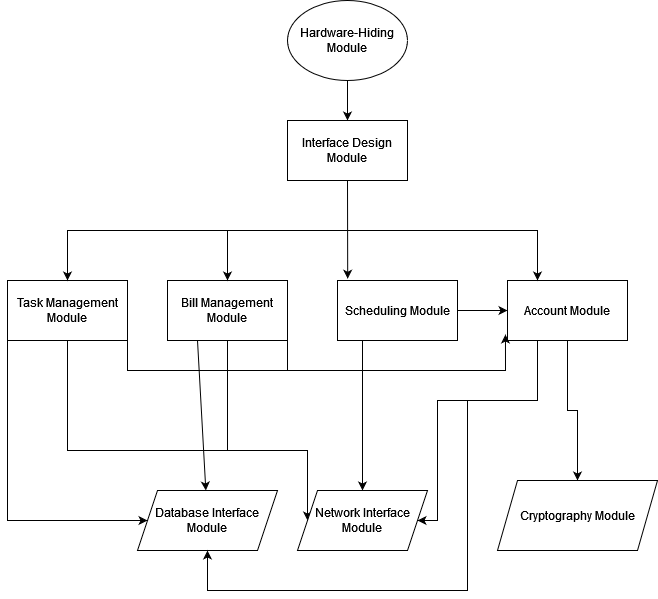
The draw.io diagram docs/Design/SoftArchitecture/UsesHierarchy.png in DangJustin/CapstoneProject, before a commit. Source tidied: cells renumbered, new cells last; positions are measured from the earlier drawing's top-left corner, leaving out a move shared by most shapes. The source it was exported from:
```xml
<mxGraphModel>
  <root>
    <mxCell id="0" />
    <mxCell id="1" parent="0" />
    <mxCell id="2" style="edgeStyle=orthogonalEdgeStyle;rounded=0;jettySize=auto;html=1;exitX=0.5;exitY=1;exitDx=0;exitDy=0;" parent="1" edge="1" source="3" target="16">
      <mxGeometry relative="1" as="geometry" />
    </mxCell>
    <mxCell id="3" value="Hardware-Hiding Module" style="ellipse;whiteSpace=wrap;html=1;" parent="1" vertex="1">
      <mxGeometry x="280" width="120" height="80" as="geometry" />
    </mxCell>
    <mxCell id="4" style="edgeStyle=orthogonalEdgeStyle;rounded=0;jettySize=auto;html=1;exitX=1;exitY=1;exitDx=0;exitDy=0;endArrow=none;endFill=0;" parent="1" edge="1" source="5">
      <mxGeometry relative="1" as="geometry">
        <mxPoint x="280" y="370" as="targetPoint" />
        <Array as="points">
          <mxPoint x="120" y="370" />
        </Array>
      </mxGeometry>
    </mxCell>
    <mxCell id="5" value="Task Management Module" style="rounded=0;whiteSpace=wrap;html=1;" parent="1" vertex="1">
      <mxGeometry y="280" width="120" height="60" as="geometry" />
    </mxCell>
    <mxCell id="6" style="edgeStyle=orthogonalEdgeStyle;rounded=0;jettySize=auto;html=1;exitX=0.5;exitY=1;exitDx=0;exitDy=0;entryX=0;entryY=0.5;entryDx=0;entryDy=0;" parent="1" edge="1" source="7" target="21">
      <mxGeometry relative="1" as="geometry">
        <Array as="points">
          <mxPoint x="220" y="450" />
        </Array>
      </mxGeometry>
    </mxCell>
    <mxCell id="7" value="Bill Management Module" style="rounded=0;whiteSpace=wrap;html=1;" parent="1" vertex="1">
      <mxGeometry x="160" y="280" width="120" height="60" as="geometry" />
    </mxCell>
    <mxCell id="8" style="edgeStyle=orthogonalEdgeStyle;rounded=0;jettySize=auto;html=1;exitX=1;exitY=0.5;exitDx=0;exitDy=0;" parent="1" edge="1" source="10" target="13">
      <mxGeometry relative="1" as="geometry" />
    </mxCell>
    <mxCell id="9" style="edgeStyle=orthogonalEdgeStyle;rounded=0;jettySize=auto;html=1;exitX=0.25;exitY=1;exitDx=0;exitDy=0;entryX=0.5;entryY=0;entryDx=0;entryDy=0;" parent="1" edge="1" source="10" target="21">
      <mxGeometry relative="1" as="geometry">
        <Array as="points">
          <mxPoint x="355" y="340" />
        </Array>
      </mxGeometry>
    </mxCell>
    <mxCell id="10" value="Scheduling Module" style="rounded=0;whiteSpace=wrap;html=1;" parent="1" vertex="1">
      <mxGeometry x="330" y="280" width="120" height="60" as="geometry" />
    </mxCell>
    <mxCell id="11" style="edgeStyle=orthogonalEdgeStyle;rounded=0;jettySize=auto;html=1;exitX=0.5;exitY=1;exitDx=0;exitDy=0;" parent="1" edge="1" source="13" target="14">
      <mxGeometry relative="1" as="geometry" />
    </mxCell>
    <mxCell id="12" style="edgeStyle=orthogonalEdgeStyle;rounded=0;jettySize=auto;html=1;exitX=0.25;exitY=1;exitDx=0;exitDy=0;entryX=1;entryY=0.5;entryDx=0;entryDy=0;" parent="1" edge="1" source="13" target="21">
      <mxGeometry relative="1" as="geometry">
        <Array as="points">
          <mxPoint x="530" y="400" />
          <mxPoint x="430" y="400" />
          <mxPoint x="430" y="520" />
        </Array>
      </mxGeometry>
    </mxCell>
    <mxCell id="13" value="Account Module" style="rounded=0;whiteSpace=wrap;html=1;" parent="1" vertex="1">
      <mxGeometry x="500" y="280" width="120" height="60" as="geometry" />
    </mxCell>
    <mxCell id="14" value="Cryptography Module" style="shape=parallelogram;perimeter=parallelogramPerimeter;whiteSpace=wrap;html=1;fixedSize=1;" parent="1" vertex="1">
      <mxGeometry x="490" y="480" width="160" height="70" as="geometry" />
    </mxCell>
    <mxCell id="15" style="edgeStyle=orthogonalEdgeStyle;rounded=0;jettySize=auto;html=1;exitX=1;exitY=0.5;exitDx=0;exitDy=0;entryX=-0.017;entryY=0.9;entryDx=0;entryDy=0;entryPerimeter=0;" parent="1" edge="1" source="7" target="13">
      <mxGeometry relative="1" as="geometry">
        <Array as="points">
          <mxPoint x="280" y="370" />
          <mxPoint x="498" y="370" />
        </Array>
      </mxGeometry>
    </mxCell>
    <mxCell id="16" value="Interface Design Module" style="rounded=0;whiteSpace=wrap;html=1;" parent="1" vertex="1">
      <mxGeometry x="280" y="120" width="120" height="60" as="geometry" />
    </mxCell>
    <mxCell id="17" style="endArrow=classic;html=1;rounded=0;exitX=0.5;exitY=1;exitDx=0;exitDy=0;entryX=0.085;entryY=-0.029;entryDx=0;entryDy=0;entryPerimeter=0;" parent="1" edge="1" source="16" target="10">
      <mxGeometry relative="1" as="geometry" />
    </mxCell>
    <mxCell id="18" style="endArrow=classic;html=1;rounded=0;entryX=0.5;entryY=0;entryDx=0;entryDy=0;" parent="1" edge="1" target="7">
      <mxGeometry relative="1" as="geometry">
        <mxPoint x="220" y="230" as="sourcePoint" />
      </mxGeometry>
    </mxCell>
    <mxCell id="19" style="endArrow=classic;html=1;rounded=0;entryX=0.5;entryY=0;entryDx=0;entryDy=0;" parent="1" edge="1" target="5">
      <mxGeometry relative="1" as="geometry">
        <mxPoint x="340" y="230" as="sourcePoint" />
        <Array as="points">
          <mxPoint x="60" y="230" />
        </Array>
      </mxGeometry>
    </mxCell>
    <mxCell id="20" style="endArrow=classic;html=1;rounded=0;entryX=0.25;entryY=0;entryDx=0;entryDy=0;" parent="1" edge="1" target="13">
      <mxGeometry relative="1" as="geometry">
        <mxPoint x="340" y="230" as="sourcePoint" />
        <Array as="points">
          <mxPoint x="530" y="230" />
        </Array>
      </mxGeometry>
    </mxCell>
    <mxCell id="21" value="Network Interface Module" style="shape=parallelogram;perimeter=parallelogramPerimeter;whiteSpace=wrap;html=1;fixedSize=1;" parent="1" vertex="1">
      <mxGeometry x="290" y="490" width="130" height="60" as="geometry" />
    </mxCell>
    <mxCell id="22" style="endArrow=none;html=1;rounded=0;exitX=0.5;exitY=1;exitDx=0;exitDy=0;" parent="1" edge="1" source="5">
      <mxGeometry relative="1" as="geometry">
        <mxPoint x="220" y="450" as="targetPoint" />
        <Array as="points">
          <mxPoint x="60" y="450" />
        </Array>
      </mxGeometry>
    </mxCell>
    <mxCell id="23" value="Database Interface Module" style="shape=parallelogram;perimeter=parallelogramPerimeter;whiteSpace=wrap;html=1;fixedSize=1;" parent="1" vertex="1">
      <mxGeometry x="130" y="490" width="140" height="60" as="geometry" />
    </mxCell>
    <mxCell id="24" style="endArrow=classic;html=1;rounded=0;entryX=0.5;entryY=1;entryDx=0;entryDy=0;" parent="1" edge="1" target="23">
      <mxGeometry relative="1" as="geometry">
        <mxPoint x="460" y="400" as="sourcePoint" />
        <Array as="points">
          <mxPoint x="460" y="590" />
          <mxPoint x="200" y="590" />
        </Array>
      </mxGeometry>
    </mxCell>
    <mxCell id="25" style="endArrow=classic;html=1;rounded=0;exitX=0;exitY=1;exitDx=0;exitDy=0;entryX=0;entryY=0.5;entryDx=0;entryDy=0;" parent="1" edge="1" source="5" target="23">
      <mxGeometry relative="1" as="geometry">
        <Array as="points">
          <mxPoint y="520" />
        </Array>
      </mxGeometry>
    </mxCell>
    <mxCell id="26" style="endArrow=classic;html=1;rounded=0;exitX=0.25;exitY=1;exitDx=0;exitDy=0;" parent="1" edge="1" source="7" target="23">
      <mxGeometry relative="1" as="geometry" />
    </mxCell>
  </root>
</mxGraphModel>
```
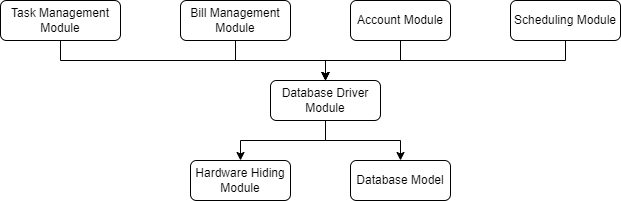
The same diagram one commit later.

The edit, as a diff of the source:
```diff
@@ -2,131 +2,54 @@
   <root>
     <mxCell id="0" />
     <mxCell id="1" parent="0" />
-    <mxCell id="2" style="edgeStyle=orthogonalEdgeStyle;rounded=0;jettySize=auto;html=1;exitX=0.5;exitY=1;exitDx=0;exitDy=0;" parent="1" edge="1" source="3" target="16">
-      <mxGeometry relative="1" as="geometry" />
-    </mxCell>
-    <mxCell id="3" value="Hardware-Hiding Module" style="ellipse;whiteSpace=wrap;html=1;" parent="1" vertex="1">
-      <mxGeometry x="280" width="120" height="80" as="geometry" />
-    </mxCell>
-    <mxCell id="4" style="edgeStyle=orthogonalEdgeStyle;rounded=0;jettySize=auto;html=1;exitX=1;exitY=1;exitDx=0;exitDy=0;endArrow=none;endFill=0;" parent="1" edge="1" source="5">
-      <mxGeometry relative="1" as="geometry">
-        <mxPoint x="280" y="370" as="targetPoint" />
-        <Array as="points">
-          <mxPoint x="120" y="370" />
-        </Array>
-      </mxGeometry>
-    </mxCell>
+    <mxCell id="27" value="Hardware Hiding Module" style="rounded=1;whiteSpace=wrap;html=1;" parent="1" vertex="1">
+      <mxGeometry x="380" y="150" width="100" height="40" as="geometry" />
+    </mxCell>
+    <mxCell id="28" style="edgeStyle=orthogonalEdgeStyle;rounded=0;jettySize=auto;html=1;" parent="1" edge="1" source="13" target="34">
+      <mxGeometry relative="1" as="geometry" />
+    </mxCell>
+    <mxCell id="13" value="Account Module" style="rounded=1;whiteSpace=wrap;html=1;" parent="1" vertex="1">
+      <mxGeometry x="540" y="-10" width="100" height="40" as="geometry" />
+    </mxCell>
+    <mxCell id="29" style="edgeStyle=orthogonalEdgeStyle;rounded=0;jettySize=auto;html=1;" parent="1" edge="1" source="5" target="34">
+      <mxGeometry relative="1" as="geometry">
+        <Array as="points">
+          <mxPoint x="250" y="50" />
+          <mxPoint x="515" y="50" />
+        </Array>
+      </mxGeometry>
+    </mxCell>
-    <mxCell id="5" value="Task Management Module" style="rounded=0;whiteSpace=wrap;html=1;" parent="1" vertex="1">
-      <mxGeometry y="280" width="120" height="60" as="geometry" />
+    <mxCell id="5" value="Task Management Module" style="rounded=1;whiteSpace=wrap;html=1;" parent="1" vertex="1">
+      <mxGeometry x="190" y="-10" width="120" height="40" as="geometry" />
     </mxCell>
-    <mxCell id="6" style="edgeStyle=orthogonalEdgeStyle;rounded=0;jettySize=auto;html=1;exitX=0.5;exitY=1;exitDx=0;exitDy=0;entryX=0;entryY=0.5;entryDx=0;entryDy=0;" parent="1" edge="1" source="7" target="21">
-      <mxGeometry relative="1" as="geometry">
-        <Array as="points">
-          <mxPoint x="220" y="450" />
-        </Array>
-      </mxGeometry>
-    </mxCell>
+    <mxCell id="30" style="edgeStyle=orthogonalEdgeStyle;rounded=0;jettySize=auto;html=1;exitX=0.5;exitY=1;exitDx=0;exitDy=0;entryX=0.5;entryY=0;entryDx=0;entryDy=0;" parent="1" edge="1" source="7" target="34">
+      <mxGeometry relative="1" as="geometry" />
+    </mxCell>
-    <mxCell id="7" value="Bill Management Module" style="rounded=0;whiteSpace=wrap;html=1;" parent="1" vertex="1">
-      <mxGeometry x="160" y="280" width="120" height="60" as="geometry" />
+    <mxCell id="7" value="Bill Management Module" style="rounded=1;whiteSpace=wrap;html=1;" parent="1" vertex="1">
+      <mxGeometry x="370" y="-10" width="110" height="40" as="geometry" />
     </mxCell>
-    <mxCell id="8" style="edgeStyle=orthogonalEdgeStyle;rounded=0;jettySize=auto;html=1;exitX=1;exitY=0.5;exitDx=0;exitDy=0;" parent="1" edge="1" source="10" target="13">
-      <mxGeometry relative="1" as="geometry" />
-    </mxCell>
-    <mxCell id="9" style="edgeStyle=orthogonalEdgeStyle;rounded=0;jettySize=auto;html=1;exitX=0.25;exitY=1;exitDx=0;exitDy=0;entryX=0.5;entryY=0;entryDx=0;entryDy=0;" parent="1" edge="1" source="10" target="21">
-      <mxGeometry relative="1" as="geometry">
-        <Array as="points">
-          <mxPoint x="355" y="340" />
-        </Array>
-      </mxGeometry>
-    </mxCell>
+    <mxCell id="31" style="edgeStyle=orthogonalEdgeStyle;rounded=0;jettySize=auto;html=1;" parent="1" edge="1" source="10" target="34">
+      <mxGeometry relative="1" as="geometry">
+        <Array as="points">
+          <mxPoint x="755" y="50" />
+          <mxPoint x="515" y="50" />
+        </Array>
+      </mxGeometry>
+    </mxCell>
-    <mxCell id="10" value="Scheduling Module" style="rounded=0;whiteSpace=wrap;html=1;" parent="1" vertex="1">
-      <mxGeometry x="330" y="280" width="120" height="60" as="geometry" />
+    <mxCell id="10" value="Scheduling Module" style="rounded=1;whiteSpace=wrap;html=1;" parent="1" vertex="1">
+      <mxGeometry x="700" y="-10" width="110" height="40" as="geometry" />
     </mxCell>
-    <mxCell id="11" style="edgeStyle=orthogonalEdgeStyle;rounded=0;jettySize=auto;html=1;exitX=0.5;exitY=1;exitDx=0;exitDy=0;" parent="1" edge="1" source="13" target="14">
-      <mxGeometry relative="1" as="geometry" />
-    </mxCell>
-    <mxCell id="12" style="edgeStyle=orthogonalEdgeStyle;rounded=0;jettySize=auto;html=1;exitX=0.25;exitY=1;exitDx=0;exitDy=0;entryX=1;entryY=0.5;entryDx=0;entryDy=0;" parent="1" edge="1" source="13" target="21">
-      <mxGeometry relative="1" as="geometry">
-        <Array as="points">
-          <mxPoint x="530" y="400" />
-          <mxPoint x="430" y="400" />
-          <mxPoint x="430" y="520" />
-        </Array>
-      </mxGeometry>
-    </mxCell>
-    <mxCell id="13" value="Account Module" style="rounded=0;whiteSpace=wrap;html=1;" parent="1" vertex="1">
-      <mxGeometry x="500" y="280" width="120" height="60" as="geometry" />
-    </mxCell>
-    <mxCell id="14" value="Cryptography Module" style="shape=parallelogram;perimeter=parallelogramPerimeter;whiteSpace=wrap;html=1;fixedSize=1;" parent="1" vertex="1">
-      <mxGeometry x="490" y="480" width="160" height="70" as="geometry" />
-    </mxCell>
-    <mxCell id="15" style="edgeStyle=orthogonalEdgeStyle;rounded=0;jettySize=auto;html=1;exitX=1;exitY=0.5;exitDx=0;exitDy=0;entryX=-0.017;entryY=0.9;entryDx=0;entryDy=0;entryPerimeter=0;" parent="1" edge="1" source="7" target="13">
-      <mxGeometry relative="1" as="geometry">
-        <Array as="points">
-          <mxPoint x="280" y="370" />
-          <mxPoint x="498" y="370" />
-        </Array>
-      </mxGeometry>
-    </mxCell>
-    <mxCell id="16" value="Interface Design Module" style="rounded=0;whiteSpace=wrap;html=1;" parent="1" vertex="1">
-      <mxGeometry x="280" y="120" width="120" height="60" as="geometry" />
-    </mxCell>
-    <mxCell id="17" style="endArrow=classic;html=1;rounded=0;exitX=0.5;exitY=1;exitDx=0;exitDy=0;entryX=0.085;entryY=-0.029;entryDx=0;entryDy=0;entryPerimeter=0;" parent="1" edge="1" source="16" target="10">
-      <mxGeometry relative="1" as="geometry" />
-    </mxCell>
-    <mxCell id="18" style="endArrow=classic;html=1;rounded=0;entryX=0.5;entryY=0;entryDx=0;entryDy=0;" parent="1" edge="1" target="7">
-      <mxGeometry relative="1" as="geometry">
-        <mxPoint x="220" y="230" as="sourcePoint" />
-      </mxGeometry>
-    </mxCell>
-    <mxCell id="19" style="endArrow=classic;html=1;rounded=0;entryX=0.5;entryY=0;entryDx=0;entryDy=0;" parent="1" edge="1" target="5">
-      <mxGeometry relative="1" as="geometry">
-        <mxPoint x="340" y="230" as="sourcePoint" />
-        <Array as="points">
-          <mxPoint x="60" y="230" />
-        </Array>
-      </mxGeometry>
-    </mxCell>
-    <mxCell id="20" style="endArrow=classic;html=1;rounded=0;entryX=0.25;entryY=0;entryDx=0;entryDy=0;" parent="1" edge="1" target="13">
-      <mxGeometry relative="1" as="geometry">
-        <mxPoint x="340" y="230" as="sourcePoint" />
-        <Array as="points">
-          <mxPoint x="530" y="230" />
-        </Array>
-      </mxGeometry>
-    </mxCell>
-    <mxCell id="21" value="Network Interface Module" style="shape=parallelogram;perimeter=parallelogramPerimeter;whiteSpace=wrap;html=1;fixedSize=1;" parent="1" vertex="1">
-      <mxGeometry x="290" y="490" width="130" height="60" as="geometry" />
-    </mxCell>
-    <mxCell id="22" style="endArrow=none;html=1;rounded=0;exitX=0.5;exitY=1;exitDx=0;exitDy=0;" parent="1" edge="1" source="5">
-      <mxGeometry relative="1" as="geometry">
-        <mxPoint x="220" y="450" as="targetPoint" />
-        <Array as="points">
-          <mxPoint x="60" y="450" />
-        </Array>
-      </mxGeometry>
-    </mxCell>
-    <mxCell id="23" value="Database Interface Module" style="shape=parallelogram;perimeter=parallelogramPerimeter;whiteSpace=wrap;html=1;fixedSize=1;" parent="1" vertex="1">
-      <mxGeometry x="130" y="490" width="140" height="60" as="geometry" />
-    </mxCell>
-    <mxCell id="24" style="endArrow=classic;html=1;rounded=0;entryX=0.5;entryY=1;entryDx=0;entryDy=0;" parent="1" edge="1" target="23">
-      <mxGeometry relative="1" as="geometry">
-        <mxPoint x="460" y="400" as="sourcePoint" />
-        <Array as="points">
-          <mxPoint x="460" y="590" />
-          <mxPoint x="200" y="590" />
-        </Array>
-      </mxGeometry>
-    </mxCell>
-    <mxCell id="25" style="endArrow=classic;html=1;rounded=0;exitX=0;exitY=1;exitDx=0;exitDy=0;entryX=0;entryY=0.5;entryDx=0;entryDy=0;" parent="1" edge="1" source="5" target="23">
-      <mxGeometry relative="1" as="geometry">
-        <Array as="points">
-          <mxPoint y="520" />
-        </Array>
-      </mxGeometry>
-    </mxCell>
-    <mxCell id="26" style="endArrow=classic;html=1;rounded=0;exitX=0.25;exitY=1;exitDx=0;exitDy=0;" parent="1" edge="1" source="7" target="23">
-      <mxGeometry relative="1" as="geometry" />
-    </mxCell>
+    <mxCell id="32" style="edgeStyle=orthogonalEdgeStyle;rounded=0;jettySize=auto;html=1;" parent="1" edge="1" source="34" target="27">
+      <mxGeometry relative="1" as="geometry" />
+    </mxCell>
+    <mxCell id="33" style="edgeStyle=orthogonalEdgeStyle;rounded=0;jettySize=auto;html=1;exitX=0.5;exitY=1;exitDx=0;exitDy=0;" parent="1" edge="1" source="34" target="35">
+      <mxGeometry relative="1" as="geometry" />
+    </mxCell>
+    <mxCell id="34" value="Database Driver Module" style="rounded=1;whiteSpace=wrap;html=1;" parent="1" vertex="1">
+      <mxGeometry x="460" y="70" width="110" height="40" as="geometry" />
+    </mxCell>
+    <mxCell id="35" value="Database Model" style="rounded=1;whiteSpace=wrap;html=1;" parent="1" vertex="1">
+      <mxGeometry x="540" y="150" width="100" height="40" as="geometry" />
+    </mxCell>
   </root>
 </mxGraphModel>
```
